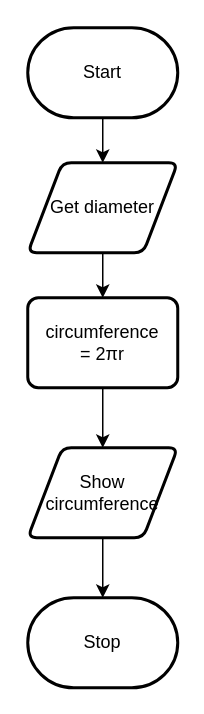
Above: Drawio/Flowchart.drawio in Peter-Gemmell/ICS3U-Assignment-2-Python (draw.io), before the change. Source tidied: cells renumbered, new cells numbered last; positions are measured from the earlier drawing's top-left corner, leaving out a move shared by most shapes. Both pictures are drawn from the tidied source at 150%, with x=0, y=0 at pixel (27, 27).
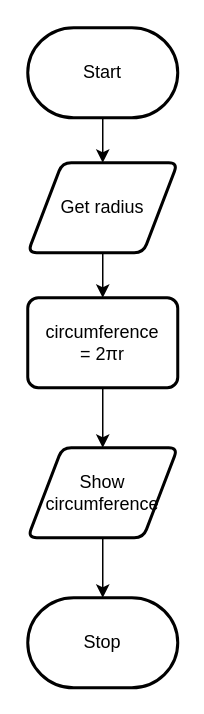
The same page after the edit.

The edit, as a diff of the source:
```diff
@@
 <mxGraphModel>
   <root>
     <mxCell id="0" />
     <mxCell id="1" parent="0" />
     <mxCell id="2" style="edgeStyle=none;html=1;" parent="1" edge="1" source="3" target="5">
       <mxGeometry relative="1" as="geometry" />
     </mxCell>
     <mxCell id="3" value="Start" style="strokeWidth=2;html=1;shape=mxgraph.flowchart.terminator;whiteSpace=wrap;" parent="1" vertex="1">
       <mxGeometry width="100" height="60" as="geometry" />
     </mxCell>
     <mxCell id="4" style="edgeStyle=none;html=1;" parent="1" edge="1" source="5" target="7">
       <mxGeometry relative="1" as="geometry" />
     </mxCell>
-    <mxCell id="5" value="Get diameter" style="shape=parallelogram;html=1;strokeWidth=2;perimeter=parallelogramPerimeter;whiteSpace=wrap;rounded=1;arcSize=12;size=0.23;" parent="1" vertex="1">
+    <mxCell id="5" value="Get radius" style="shape=parallelogram;html=1;strokeWidth=2;perimeter=parallelogramPerimeter;whiteSpace=wrap;rounded=1;arcSize=12;size=0.23;" parent="1" vertex="1">
       <mxGeometry y="90" width="100" height="60" as="geometry" />
     </mxCell>
     <mxCell id="6" style="edgeStyle=none;html=1;entryX=0.5;entryY=0;entryDx=0;entryDy=0;" parent="1" edge="1" source="7" target="9">
       <mxGeometry relative="1" as="geometry" />
     </mxCell>
     <mxCell id="7" value="circumference =&amp;nbsp;2πr" style="rounded=1;whiteSpace=wrap;html=1;absoluteArcSize=1;arcSize=14;strokeWidth=2;" parent="1" vertex="1">
       <mxGeometry y="180" width="100" height="60" as="geometry" />
     </mxCell>
     <mxCell id="8" style="edgeStyle=none;html=1;" parent="1" edge="1" source="9" target="10">
       <mxGeometry relative="1" as="geometry" />
     </mxCell>
     <mxCell id="9" value="Show circumference" style="shape=parallelogram;html=1;strokeWidth=2;perimeter=parallelogramPerimeter;whiteSpace=wrap;rounded=1;arcSize=12;size=0.23;" parent="1" vertex="1">
       <mxGeometry y="280" width="100" height="60" as="geometry" />
     </mxCell>
     <mxCell id="10" value="Stop" style="strokeWidth=2;html=1;shape=mxgraph.flowchart.terminator;whiteSpace=wrap;" parent="1" vertex="1">
       <mxGeometry y="380" width="100" height="60" as="geometry" />
     </mxCell>
   </root>
 </mxGraphModel>
```
